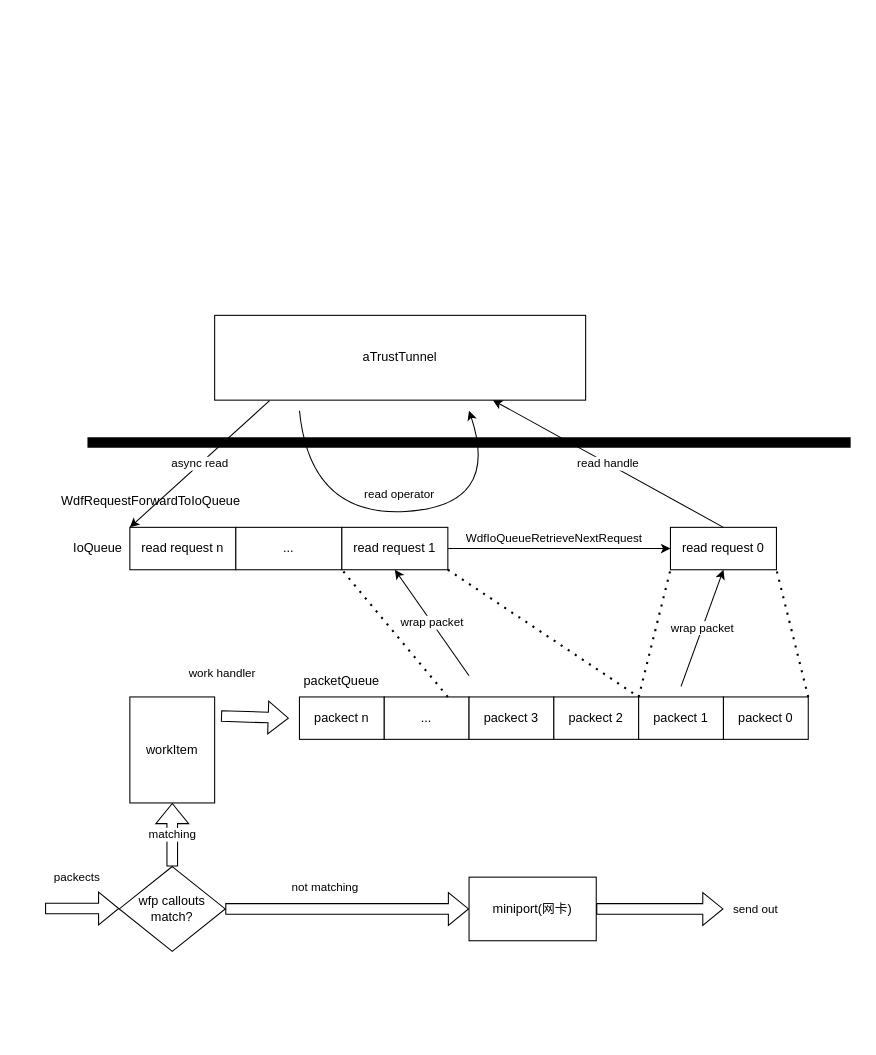
Before: Untitled Diagram.drawio in nei313/WinDistcc, a draw.io diagram. Source tidied: cells renumbered, new cells numbered last; positions are measured from the earlier drawing's top-left corner, leaving out a move shared by most shapes. Both pictures are drawn from the tidied source at 106%, with x=0, y=0 at pixel (45, 315).
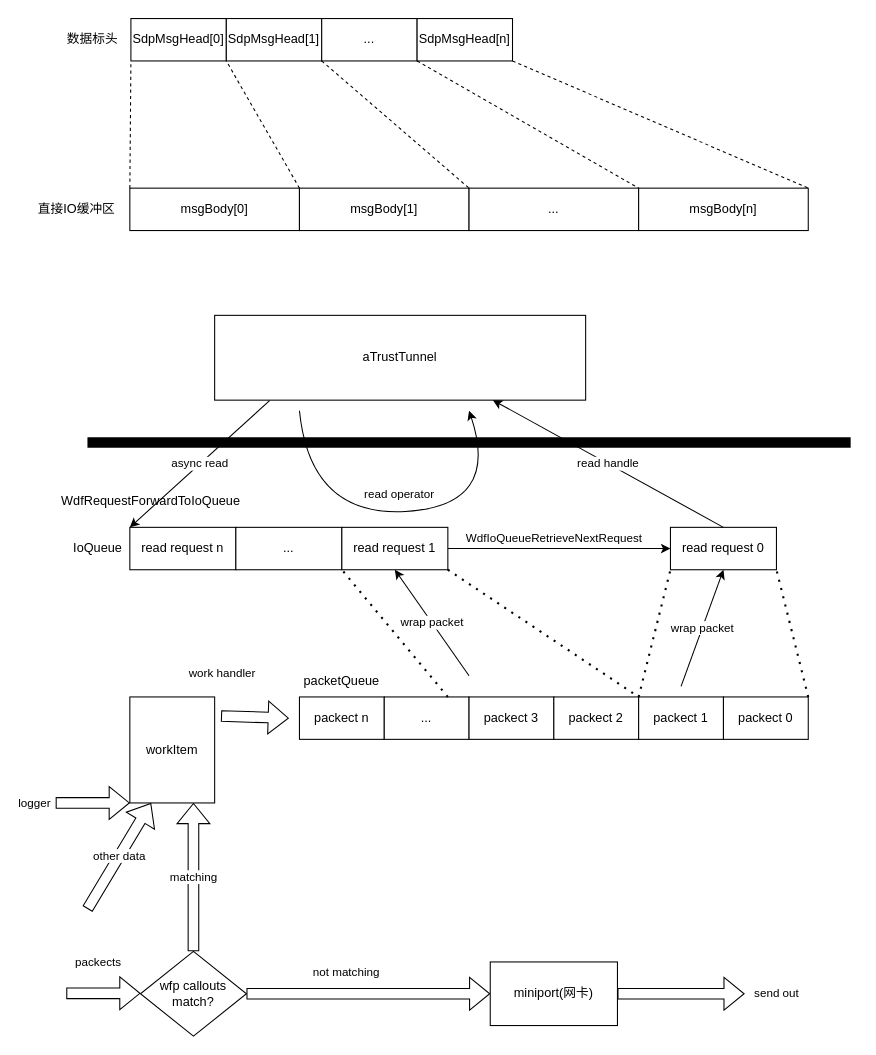
Above is the later version.

The change refers to these unchanged cells:
```xml
<mxCell id="34" value="workItem" style="rounded=0;whiteSpace=wrap;html=1;" parent="1" vertex="1">
  <mxGeometry x="80" y="360" width="80" height="100" as="geometry" />
</mxCell>
```

The edit, as a diff of the source:
```diff
@@
-    <mxCell id="17" value="matching" style="shape=flexArrow;endArrow=classic;html=1;rounded=0;exitX=0.5;exitY=0;exitDx=0;exitDy=0;" parent="1" edge="1" source="29">
-      <mxGeometry relative="1" as="geometry">
-        <mxPoint x="120" y="460" as="targetPoint" />
-      </mxGeometry>
+    <mxCell id="17" value="matching" style="shape=flexArrow;endArrow=classic;html=1;rounded=0;exitX=0.5;exitY=0;exitDx=0;exitDy=0;entryX=0.75;entryY=1;entryDx=0;entryDy=0;" parent="1" edge="1" source="29" target="34">
+      <mxGeometry relative="1" as="geometry" />
     </mxCell>
@@
     <mxCell id="29" value="&lt;span&gt;wfp callouts&lt;br&gt;match?&lt;br&gt;&lt;/span&gt;" style="rhombus;whiteSpace=wrap;html=1;" parent="1" vertex="1">
-      <mxGeometry x="70" y="520" width="100" height="80" as="geometry" />
+      <mxGeometry x="90" y="600" width="100" height="80" as="geometry" />
     </mxCell>
     <mxCell id="30" value="packects" style="shape=flexArrow;endArrow=classic;html=1;rounded=0;strokeWidth=1;" parent="1" edge="1">
       <mxGeometry x="-0.14" y="30" relative="1" as="geometry">
-        <mxPoint y="559.6" as="sourcePoint" />
-        <mxPoint x="70" y="559.6" as="targetPoint" />
+        <mxPoint x="20" y="639.6" as="sourcePoint" />
+        <mxPoint x="90" y="639.6" as="targetPoint" />
       </mxGeometry>
     </mxCell>
@@
     <mxCell id="32" value="miniport(网卡)" style="rounded=0;whiteSpace=wrap;html=1;" parent="1" vertex="1">
-      <mxGeometry x="400" y="530" width="120" height="60" as="geometry" />
+      <mxGeometry x="420" y="610" width="120" height="60" as="geometry" />
     </mxCell>
     <mxCell id="33" value="send out" style="shape=flexArrow;endArrow=classic;html=1;rounded=0;strokeWidth=1;exitX=1;exitY=0.5;exitDx=0;exitDy=0;" parent="1" edge="1" source="32">
       <mxGeometry x="1" y="30" relative="1" as="geometry">
-        <mxPoint x="640" y="560" as="targetPoint" />
+        <mxPoint x="660" y="640" as="targetPoint" />
         <mxPoint x="30" y="30" as="offset" />
       </mxGeometry>
     </mxCell>
@@
+    <mxCell id="35" value="SdpMsgHead[0]" style="rounded=0;whiteSpace=wrap;html=1;" parent="1" vertex="1">
+      <mxGeometry x="81" y="-280" width="90" height="40" as="geometry" />
+    </mxCell>
+    <mxCell id="36" value="数据标头" style="text;html=1;strokeColor=none;fillColor=none;align=center;verticalAlign=middle;whiteSpace=wrap;rounded=0;" parent="1" vertex="1">
+      <mxGeometry x="15" y="-275" width="60" height="30" as="geometry" />
+    </mxCell>
+    <mxCell id="37" value="SdpMsgHead[1]" style="rounded=0;whiteSpace=wrap;html=1;" parent="1" vertex="1">
+      <mxGeometry x="171" y="-280" width="90" height="40" as="geometry" />
+    </mxCell>
+    <mxCell id="38" value="..." style="rounded=0;whiteSpace=wrap;html=1;" parent="1" vertex="1">
+      <mxGeometry x="261" y="-280" width="90" height="40" as="geometry" />
+    </mxCell>
+    <mxCell id="39" value="SdpMsgHead[n]" style="rounded=0;whiteSpace=wrap;html=1;" parent="1" vertex="1">
+      <mxGeometry x="351" y="-280" width="90" height="40" as="geometry" />
+    </mxCell>
+    <mxCell id="40" value="直接IO缓冲区" style="text;html=1;strokeColor=none;fillColor=none;align=center;verticalAlign=middle;whiteSpace=wrap;rounded=0;" parent="1" vertex="1">
+      <mxGeometry x="-10" y="-115" width="80" height="30" as="geometry" />
+    </mxCell>
+    <mxCell id="41" value="msgBody[0]" style="rounded=0;whiteSpace=wrap;html=1;" parent="1" vertex="1">
+      <mxGeometry x="80" y="-120" width="160" height="40" as="geometry" />
+    </mxCell>
+    <mxCell id="42" value="msgBody[1]" style="rounded=0;whiteSpace=wrap;html=1;" parent="1" vertex="1">
+      <mxGeometry x="240" y="-120" width="160" height="40" as="geometry" />
+    </mxCell>
+    <mxCell id="43" value="..." style="rounded=0;whiteSpace=wrap;html=1;" parent="1" vertex="1">
+      <mxGeometry x="400" y="-120" width="160" height="40" as="geometry" />
+    </mxCell>
+    <mxCell id="44" value="&lt;span&gt;msgBody[n]&lt;/span&gt;" style="rounded=0;whiteSpace=wrap;html=1;" parent="1" vertex="1">
+      <mxGeometry x="560" y="-120" width="160" height="40" as="geometry" />
+    </mxCell>
+    <mxCell id="45" style="endArrow=none;dashed=1;html=1;rounded=0;strokeWidth=1;entryX=0;entryY=1;entryDx=0;entryDy=0;exitX=1;exitY=0;exitDx=0;exitDy=0;" parent="1" edge="1" source="41" target="37">
+      <mxGeometry relative="1" as="geometry" />
+    </mxCell>
+    <mxCell id="46" style="endArrow=none;dashed=1;html=1;rounded=0;strokeWidth=1;entryX=0;entryY=1;entryDx=0;entryDy=0;exitX=0;exitY=0;exitDx=0;exitDy=0;" parent="1" edge="1" source="41" target="35">
+      <mxGeometry relative="1" as="geometry" />
+    </mxCell>
+    <mxCell id="47" style="endArrow=none;dashed=1;html=1;rounded=0;strokeWidth=1;exitX=0;exitY=1;exitDx=0;exitDy=0;entryX=0;entryY=0;entryDx=0;entryDy=0;" parent="1" edge="1" source="38" target="43">
+      <mxGeometry relative="1" as="geometry" />
+    </mxCell>
+    <mxCell id="48" style="endArrow=none;dashed=1;html=1;rounded=0;strokeWidth=1;exitX=0;exitY=1;exitDx=0;exitDy=0;entryX=0;entryY=0;entryDx=0;entryDy=0;" parent="1" edge="1" source="39" target="44">
+      <mxGeometry relative="1" as="geometry" />
+    </mxCell>
+    <mxCell id="49" style="endArrow=none;dashed=1;html=1;rounded=0;strokeWidth=1;exitX=1;exitY=1;exitDx=0;exitDy=0;entryX=1;entryY=0;entryDx=0;entryDy=0;" parent="1" edge="1" source="39" target="44">
+      <mxGeometry relative="1" as="geometry" />
+    </mxCell>
+    <mxCell id="50" value="logger" style="shape=flexArrow;endArrow=classic;html=1;rounded=0;strokeWidth=1;entryX=0;entryY=1;entryDx=0;entryDy=0;" parent="1" edge="1" target="34">
+      <mxGeometry x="-1" y="-20" relative="1" as="geometry">
+        <mxPoint x="10" y="460" as="sourcePoint" />
+        <mxPoint x="-20" y="-20" as="offset" />
+      </mxGeometry>
+    </mxCell>
+    <mxCell id="51" value="other data" style="shape=flexArrow;endArrow=classic;html=1;rounded=0;strokeWidth=1;entryX=0.25;entryY=1;entryDx=0;entryDy=0;" parent="1" edge="1" target="34">
+      <mxGeometry relative="1" as="geometry">
+        <mxPoint x="40" y="560" as="sourcePoint" />
+      </mxGeometry>
+    </mxCell>
```
